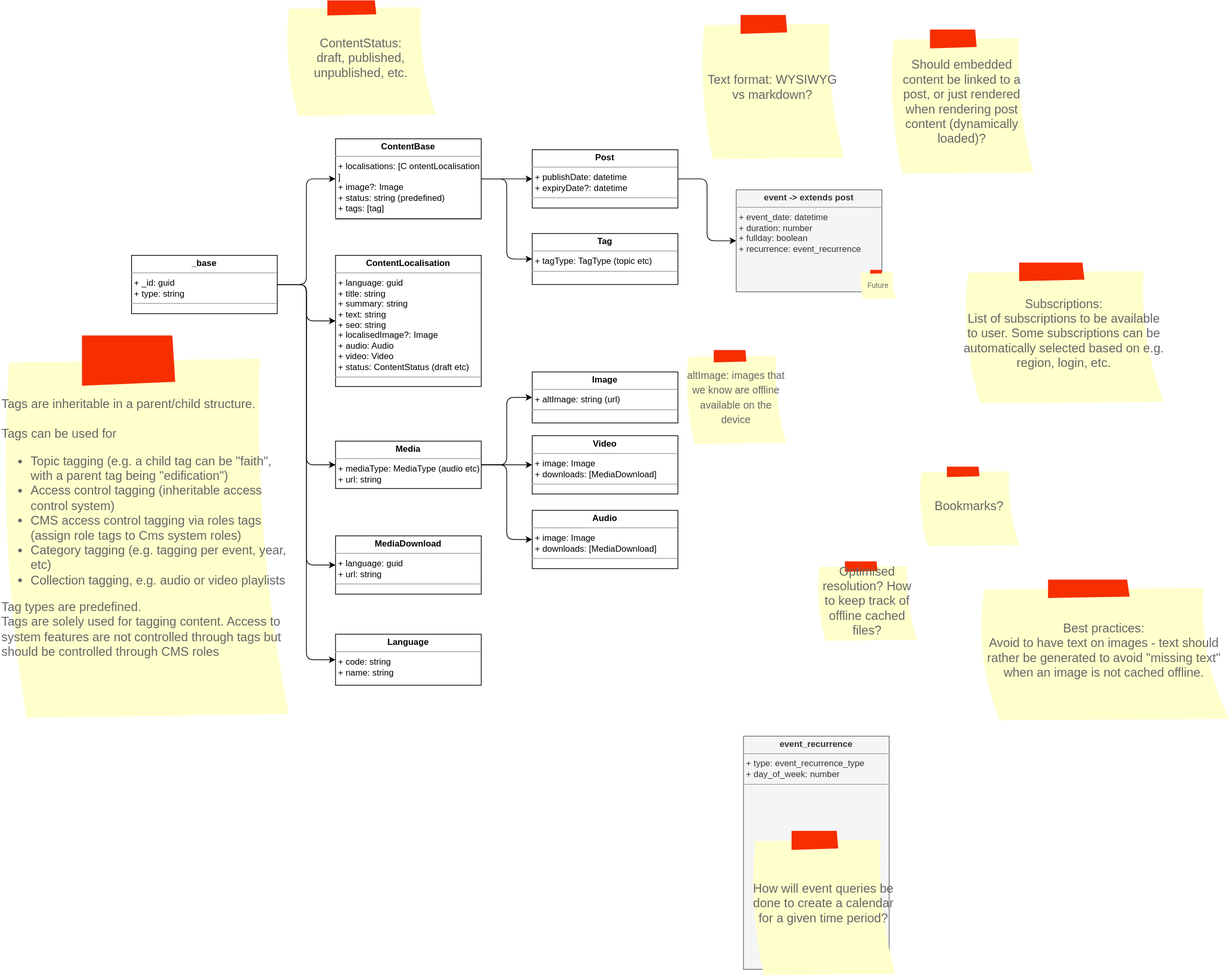
The draw.io diagram docs/datamodel.drawio.svg in bccsa/luminary, before a commit. Source tidied: cells renumbered, new cells last; positions are measured from the earlier drawing's top-left corner, leaving out a move shared by most shapes.
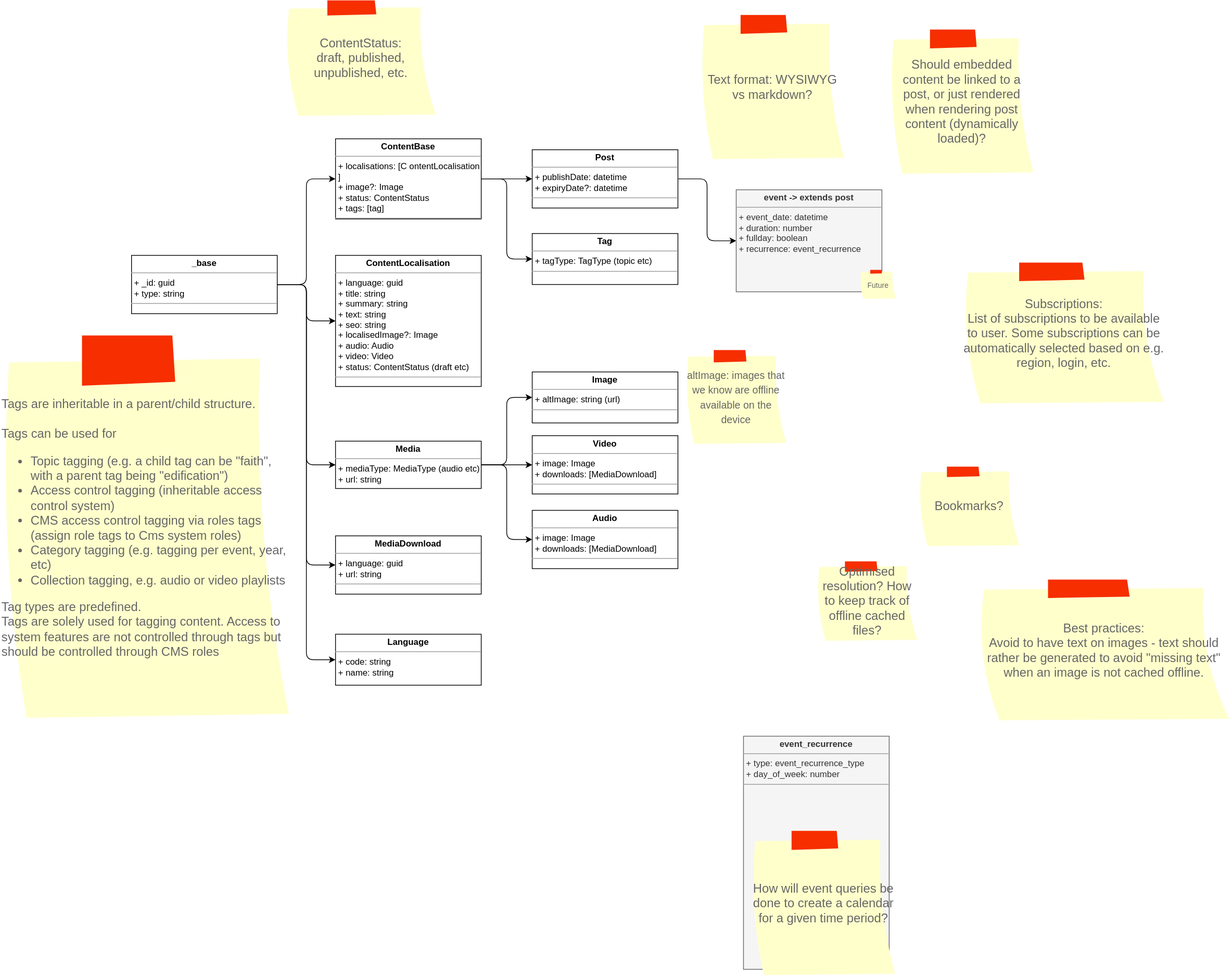
After the commit.

Commit message:
Set type

Change to the diagram source:
```diff
@@ -68,7 +68,7 @@
     <mxCell id="23" style="edgeStyle=orthogonalEdgeStyle;html=1;entryX=0;entryY=0.5;entryDx=0;entryDy=0;exitX=1;exitY=0.5;exitDx=0;exitDy=0;" parent="1" edge="1" source="24" target="22">
       <mxGeometry relative="1" as="geometry" />
     </mxCell>
-    <mxCell id="24" value="&lt;p style=&quot;margin:0px;margin-top:4px;text-align:center;&quot;&gt;&lt;b&gt;ContentBase&lt;/b&gt;&lt;/p&gt;&lt;hr size=&quot;1&quot;&gt;&lt;p style=&quot;margin:0px;margin-left:4px;&quot;&gt;&lt;span style=&quot;background-color: initial;&quot;&gt;+ localisations: [C&lt;/span&gt;&lt;span style=&quot;background-color: initial; border-color: var(--border-color); text-align: center;&quot;&gt;ontentLocalisation&lt;/span&gt;&lt;span style=&quot;background-color: initial;&quot;&gt;]&lt;/span&gt;&lt;br&gt;&lt;/p&gt;&lt;p style=&quot;border-color: var(--border-color); margin: 0px 0px 0px 4px;&quot;&gt;&lt;span style=&quot;background-color: initial;&quot;&gt;+ image?: Image&lt;/span&gt;&lt;br&gt;&lt;/p&gt;&lt;p style=&quot;border-color: var(--border-color); margin: 0px 0px 0px 4px;&quot;&gt;&lt;span style=&quot;background-color: initial;&quot;&gt;+ status: string (predefined)&lt;/span&gt;&lt;br&gt;&lt;/p&gt;&lt;p style=&quot;margin:0px;margin-left:4px;&quot;&gt;+ tags: [tag]&lt;/p&gt;&lt;hr size=&quot;1&quot;&gt;&lt;p style=&quot;margin:0px;margin-left:4px;&quot;&gt;&lt;br&gt;&lt;/p&gt;" style="verticalAlign=top;align=left;overflow=fill;fontSize=12;fontFamily=Helvetica;html=1;whiteSpace=wrap;" parent="1" vertex="1">
+    <mxCell id="24" value="&lt;p style=&quot;margin:0px;margin-top:4px;text-align:center;&quot;&gt;&lt;b&gt;ContentBase&lt;/b&gt;&lt;/p&gt;&lt;hr size=&quot;1&quot;&gt;&lt;p style=&quot;margin:0px;margin-left:4px;&quot;&gt;&lt;span style=&quot;background-color: initial;&quot;&gt;+ localisations: [C&lt;/span&gt;&lt;span style=&quot;background-color: initial; border-color: var(--border-color); text-align: center;&quot;&gt;ontentLocalisation&lt;/span&gt;&lt;span style=&quot;background-color: initial;&quot;&gt;]&lt;/span&gt;&lt;br&gt;&lt;/p&gt;&lt;p style=&quot;border-color: var(--border-color); margin: 0px 0px 0px 4px;&quot;&gt;&lt;span style=&quot;background-color: initial;&quot;&gt;+ image?: Image&lt;/span&gt;&lt;br&gt;&lt;/p&gt;&lt;p style=&quot;border-color: var(--border-color); margin: 0px 0px 0px 4px;&quot;&gt;&lt;span style=&quot;background-color: initial;&quot;&gt;+ status: ContentStatus&lt;/span&gt;&lt;br&gt;&lt;/p&gt;&lt;p style=&quot;margin:0px;margin-left:4px;&quot;&gt;+ tags: [tag]&lt;/p&gt;&lt;hr size=&quot;1&quot;&gt;&lt;p style=&quot;margin:0px;margin-left:4px;&quot;&gt;&lt;br&gt;&lt;/p&gt;" style="verticalAlign=top;align=left;overflow=fill;fontSize=12;fontFamily=Helvetica;html=1;whiteSpace=wrap;" parent="1" vertex="1">
       <mxGeometry x="460" y="190" width="200" height="110" as="geometry" />
     </mxCell>
     <mxCell id="25" value="Tags are inheritable in a parent/child structure.&lt;br&gt;&lt;br&gt;Tags can be used for&lt;br&gt;&lt;ul&gt;&lt;li&gt;Topic tagging (e.g. a child tag can be &quot;faith&quot;, with a parent tag being &quot;edification&quot;)&lt;/li&gt;&lt;li&gt;Access control tagging (inheritable access control system)&lt;/li&gt;&lt;li&gt;CMS access control tagging via roles tags (assign role tags to Cms system roles)&lt;/li&gt;&lt;li&gt;Category tagging (e.g. tagging per event, year, etc)&lt;/li&gt;&lt;li&gt;Collection tagging, e.g. audio or video playlists&lt;/li&gt;&lt;/ul&gt;&lt;div&gt;Tag types are predefined.&lt;/div&gt;&lt;div&gt;Tags are solely used for tagging content. Access to system features are not controlled through tags but should be controlled through CMS roles&lt;/div&gt;" style="strokeWidth=1;shadow=0;dashed=0;align=left;html=1;shape=mxgraph.mockup.text.stickyNote2;fontColor=#666666;mainText=;fontSize=17;whiteSpace=wrap;fillColor=#ffffcc;strokeColor=#F62E00;" parent="1" vertex="1">
```
